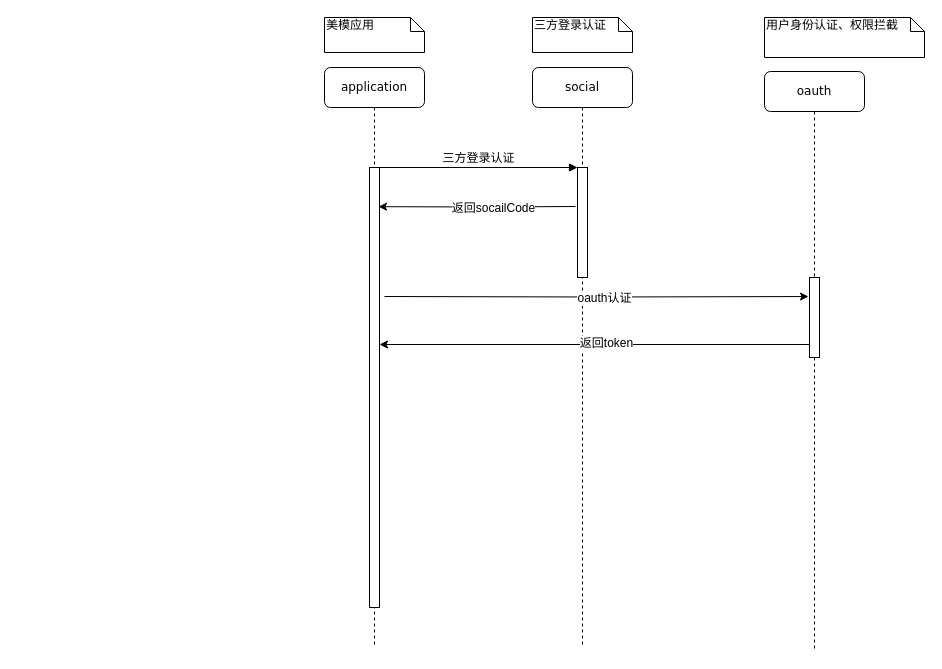
ammengke/my-drawio keeps this draw.io diagram as 登录时序图.drawio. Above is the earlier version. Source tidied: cells renumbered, new cells numbered last; positions are measured from the earlier drawing's top-left corner, leaving out a move shared by most shapes. Both pictures are drawn from the tidied source at 100%, with x=0, y=0 at pixel (324, 17).
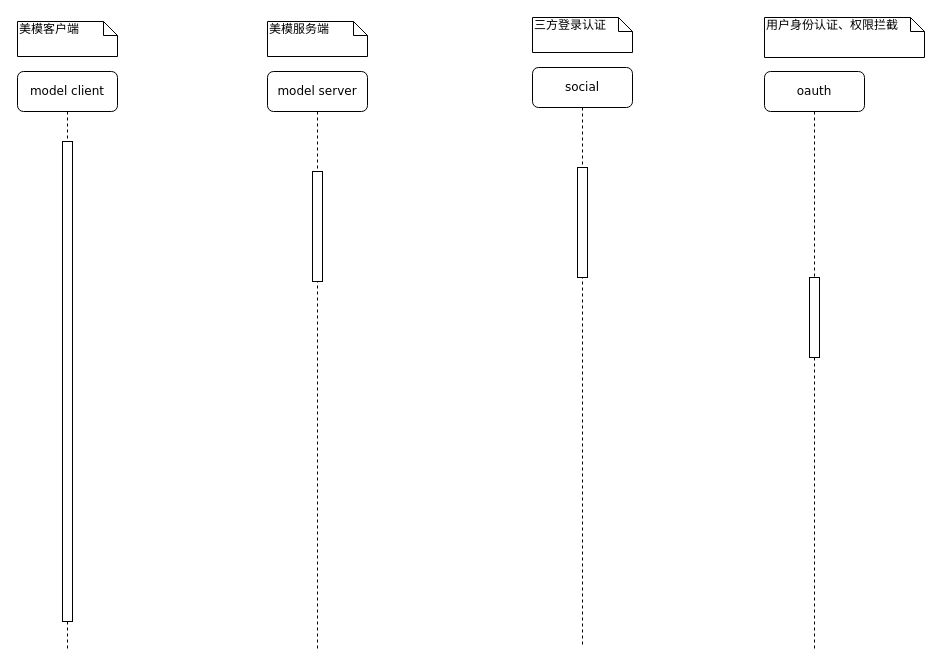
After the change.

Commit message:
Update 登录时序图.drawio

Unchanged cells that the change refers to:
```xml
<mxCell id="3" style="html=1;points=[];perimeter=orthogonalPerimeter;rounded=0;shadow=0;comic=0;labelBackgroundColor=none;strokeColor=#000000;strokeWidth=1;fillColor=#FFFFFF;fontFamily=Verdana;fontSize=12;fontColor=#000000;align=center;" parent="2" vertex="1">
  <mxGeometry x="45" y="100" width="10" height="110" as="geometry" />
</mxCell>
<mxCell id="5" style="html=1;points=[];perimeter=orthogonalPerimeter;" parent="4" vertex="1">
  <mxGeometry x="45" y="206" width="10" height="80" as="geometry" />
</mxCell>
```

What changed in the source:
```diff
@@
-    <mxCell id="6" value="application" style="shape=umlLifeline;perimeter=lifelinePerimeter;whiteSpace=wrap;html=1;rounded=1;shadow=0;comic=0;labelBackgroundColor=none;strokeColor=#000000;strokeWidth=1;fillColor=#FFFFFF;fontFamily=Verdana;fontSize=12;fontColor=#000000;align=center;" parent="1" vertex="1">
-      <mxGeometry y="50" width="100" height="580" as="geometry" />
-    </mxCell>
-    <mxCell id="7" style="html=1;points=[];perimeter=orthogonalPerimeter;rounded=0;shadow=0;comic=0;labelBackgroundColor=none;strokeColor=#000000;strokeWidth=1;fillColor=#FFFFFF;fontFamily=Verdana;fontSize=12;fontColor=#000000;align=center;" parent="6" vertex="1">
-      <mxGeometry x="45" y="100" width="10" height="440" as="geometry" />
-    </mxCell>
-    <mxCell id="8" value="三方登录认证" style="html=1;verticalAlign=bottom;endArrow=block;entryX=0;entryY=0;labelBackgroundColor=none;fontFamily=Verdana;fontSize=12;edgeStyle=elbowEdgeStyle;elbow=vertical;" parent="1" edge="1" source="7" target="3">
-      <mxGeometry relative="1" as="geometry" />
-    </mxCell>
-    <mxCell id="9" value="美模应用" style="shape=note;whiteSpace=wrap;html=1;size=14;verticalAlign=top;align=left;spacingTop=-6;rounded=0;shadow=0;comic=0;labelBackgroundColor=none;strokeColor=#000000;strokeWidth=1;fillColor=#FFFFFF;fontFamily=Verdana;fontSize=12;fontColor=#000000;" parent="1" vertex="1">
-      <mxGeometry width="100" height="35" as="geometry" />
-    </mxCell>
@@
-    <mxCell id="12" style="edgeStyle=orthogonalEdgeStyle;rounded=0;jettySize=auto;html=1;entryX=0.9;entryY=0.089;entryDx=0;entryDy=0;entryPerimeter=0;" parent="1" edge="1" target="7">
-      <mxGeometry relative="1" as="geometry">
-        <mxPoint x="251" y="189" as="sourcePoint" />
-      </mxGeometry>
-    </mxCell>
-    <mxCell id="13" value="返回socailCode" style="text;html=1;align=center;verticalAlign=middle;labelBackgroundColor=#ffffff;" parent="12" vertex="1">
-      <mxGeometry x="-0.21" y="1" relative="1" as="geometry">
-        <mxPoint x="-5" as="offset" />
-      </mxGeometry>
-    </mxCell>
-    <mxCell id="14" style="edgeStyle=orthogonalEdgeStyle;rounded=0;jettySize=auto;html=1;entryX=-0.1;entryY=0.238;entryDx=0;entryDy=0;entryPerimeter=0;" parent="1" edge="1" target="5">
-      <mxGeometry relative="1" as="geometry">
-        <mxPoint x="60" y="279" as="sourcePoint" />
-      </mxGeometry>
-    </mxCell>
-    <mxCell id="15" value="oauth认证" style="text;html=1;align=center;verticalAlign=middle;labelBackgroundColor=#ffffff;" parent="14" vertex="1">
-      <mxGeometry x="0.27" y="-1" relative="1" as="geometry">
-        <mxPoint x="-50" as="offset" />
-      </mxGeometry>
-    </mxCell>
-    <mxCell id="16" style="edgeStyle=orthogonalEdgeStyle;rounded=0;orthogonalLoop=1;jettySize=auto;html=1;entryX=1;entryY=0.341;entryDx=0;entryDy=0;entryPerimeter=0;" parent="1" edge="1">
-      <mxGeometry relative="1" as="geometry">
-        <mxPoint x="485" y="327" as="sourcePoint" />
-        <mxPoint x="55" y="327" as="targetPoint" />
-      </mxGeometry>
-    </mxCell>
-    <mxCell id="17" value="返回token" style="text;html=1;align=center;verticalAlign=middle;labelBackgroundColor=#ffffff;" parent="16" vertex="1">
-      <mxGeometry x="-0.05" y="-2" relative="1" as="geometry" />
-    </mxCell>
+    <mxCell id="18" value="model&amp;nbsp;server" style="shape=umlLifeline;perimeter=lifelinePerimeter;whiteSpace=wrap;html=1;rounded=1;shadow=0;comic=0;labelBackgroundColor=none;strokeColor=#000000;strokeWidth=1;fillColor=#FFFFFF;fontFamily=Verdana;fontSize=12;fontColor=#000000;align=center;" parent="1" vertex="1">
+      <mxGeometry x="-57" y="54" width="100" height="580" as="geometry" />
+    </mxCell>
+    <mxCell id="19" style="html=1;perimeter=orthogonalPerimeter;rounded=0;shadow=0;comic=0;labelBackgroundColor=none;strokeColor=#000000;strokeWidth=1;fillColor=#FFFFFF;fontFamily=Verdana;fontSize=12;fontColor=#000000;align=center;" parent="18" vertex="1">
+      <mxGeometry x="45" y="100" width="10" height="110" as="geometry" />
+    </mxCell>
+    <mxCell id="20" value="美模服务端" style="shape=note;whiteSpace=wrap;html=1;size=14;verticalAlign=top;align=left;spacingTop=-6;rounded=0;shadow=0;comic=0;labelBackgroundColor=none;strokeColor=#000000;strokeWidth=1;fillColor=#FFFFFF;fontFamily=Verdana;fontSize=12;fontColor=#000000;" parent="1" vertex="1">
+      <mxGeometry x="-57" y="4" width="100" height="35" as="geometry" />
+    </mxCell>
+    <mxCell id="21" value="model&amp;nbsp;client" style="shape=umlLifeline;perimeter=lifelinePerimeter;whiteSpace=wrap;html=1;rounded=1;shadow=0;comic=0;labelBackgroundColor=none;strokeColor=#000000;strokeWidth=1;fillColor=#FFFFFF;fontFamily=Verdana;fontSize=12;fontColor=#000000;align=center;" parent="1" vertex="1">
+      <mxGeometry x="-307" y="54" width="100" height="580" as="geometry" />
+    </mxCell>
+    <mxCell id="22" style="html=1;perimeter=orthogonalPerimeter;rounded=0;shadow=0;comic=0;labelBackgroundColor=none;strokeColor=#000000;strokeWidth=1;fillColor=#FFFFFF;fontFamily=Verdana;fontSize=12;fontColor=#000000;align=center;" parent="21" vertex="1">
+      <mxGeometry x="45" y="70" width="10" height="480" as="geometry" />
+    </mxCell>
+    <mxCell id="23" value="美模客户端" style="shape=note;whiteSpace=wrap;html=1;size=14;verticalAlign=top;align=left;spacingTop=-6;rounded=0;shadow=0;comic=0;labelBackgroundColor=none;strokeColor=#000000;strokeWidth=1;fillColor=#FFFFFF;fontFamily=Verdana;fontSize=12;fontColor=#000000;" parent="1" vertex="1">
+      <mxGeometry x="-307" y="4" width="100" height="35" as="geometry" />
+    </mxCell>
```
